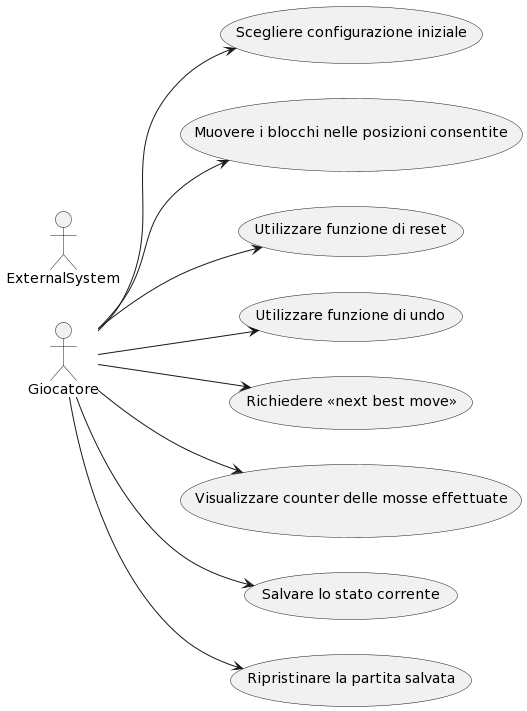
bellins14/klotski_gruppo2 keeps this PlantUML diagram as resources/img/diagrams/UseCasesDiagram.png. Above is the earlier version.
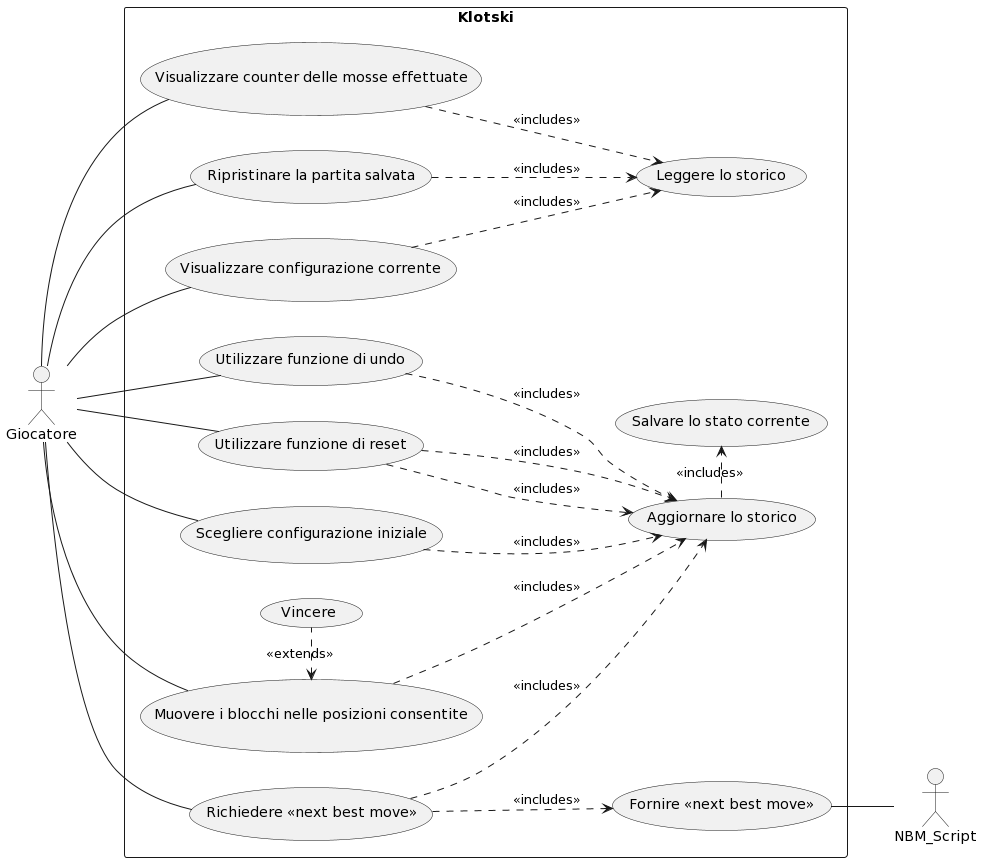
After the commit.

Change to the diagram source:
```diff
@@ -2,14 +2,43 @@
 left to right direction
 
 actor Giocatore
-actor ExternalSystem
+actor NBM_Script
 
-Giocatore --> (Scegliere configurazione iniziale)
-Giocatore --> (Muovere i blocchi nelle posizioni consentite)
-Giocatore --> (Utilizzare funzione di reset)
-Giocatore --> (Utilizzare funzione di undo)
-Giocatore --> (Richiedere «next best move»)
-Giocatore --> (Visualizzare counter delle mosse effettuate)
-Giocatore --> (Salvare lo stato corrente)
-Giocatore --> (Ripristinare la partita salvata)
+rectangle "Klotski" {
+  usecase "Visualizzare configurazione corrente" as current_conf
+  usecase "Visualizzare counter delle mosse effettuate" as counter
+  usecase "Ripristinare la partita salvata" as restore
+  usecase "Leggere lo storico" as read_log
+  usecase "Aggiornare lo storico" as update_log
+  usecase "Scegliere configurazione iniziale" as init_conf
+  usecase "Muovere i blocchi nelle posizioni consentite" as move
+  usecase "Vincere" as win
+  usecase "Utilizzare funzione di reset" as reset
+  usecase "Utilizzare funzione di undo" as undo
+  usecase "Salvare lo stato corrente" as save
+   usecase "Fornire «next best move»" as make_nbm
+  usecase "Richiedere «next best move»" as nbm
+}
+
+Giocatore -- current_conf
+current_conf -[dashed]-> read_log: "<<includes>>"
+Giocatore -- init_conf
+init_conf -[dashed]-> update_log: "<<includes>>"
+Giocatore -- move
+move -[dashed]-> update_log: "<<includes>>"
+move <-[dashed]right- win: "<<extends>>"
+Giocatore -- counter
+counter -[dashed]-> read_log: "<<includes>>"
+Giocatore -- reset
+reset -[dashed]-> update_log: "<<includes>>"
+Giocatore -- undo
+undo -[dashed]-> update_log: "<<includes>>"
+reset -[dashed]-> update_log: "<<includes>>"
+Giocatore -- nbm
+save <-[dashed]left- update_log: "<<includes>>"
+Giocatore -- restore
+restore -[dashed]-> read_log: "<<includes>>"
+NBM_Script -up- make_nbm
+nbm -[dashed]-> make_nbm: "<<includes>>"
+nbm -[dashed]-> update_log: "<<includes>>"
 @enduml
```
